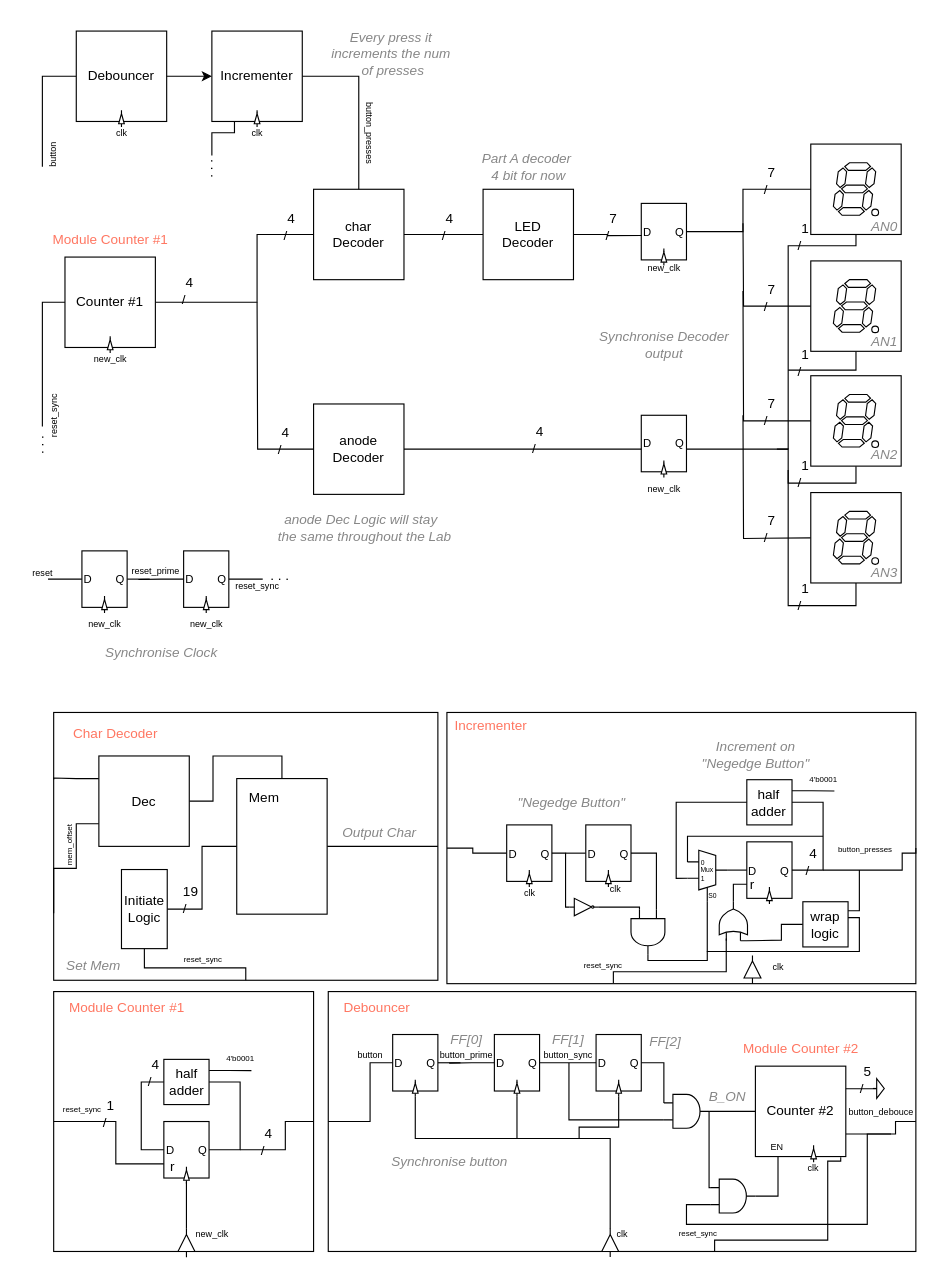
Above: Lab1/DataFlow/PART_C.drawio in PANAGIVTHS/Vivado-Projects (draw.io), before the change. Source tidied: cells renumbered, new cells numbered last; positions are measured from the earlier drawing's top-left corner, leaving out a move shared by most shapes. Both pictures are drawn from the tidied source at 113%, with x=0, y=0 at pixel (19, 19).
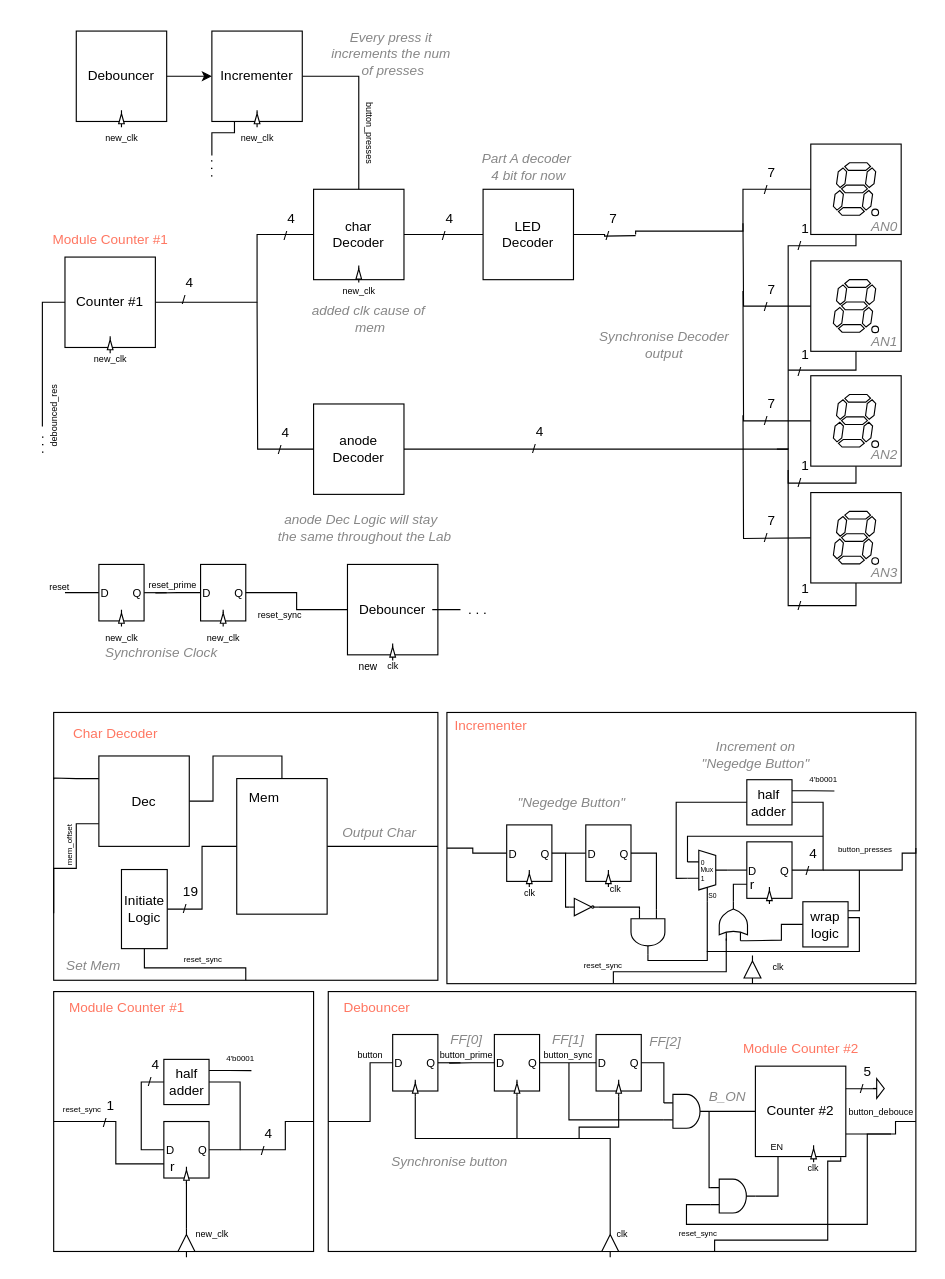
The same page after the edit.

Unchanged cells that the change refers to:
```xml
<mxCell id="16" value="LED&lt;br&gt;Decoder" style="rounded=0;whiteSpace=wrap;html=1;" parent="1" vertex="1">
  <mxGeometry x="410" y="150" width="80" height="80" as="geometry" />
</mxCell>
<mxCell id="19" style="whiteSpace=wrap;html=1;" parent="17" vertex="1">
  <mxGeometry width="80" height="80" as="geometry" />
</mxCell>
```

What changed in the source:
```diff
@@
-    <mxCell id="36" style="edgeStyle=orthogonalEdgeStyle;rounded=0;jettySize=auto;html=1;exitX=0;exitY=0.5;exitDx=0;exitDy=0;entryX=1;entryY=0.5;entryDx=0;entryDy=0;endArrow=none;endFill=0;" parent="1" edge="1" source="19" target="39">
+    <mxCell id="36" style="edgeStyle=orthogonalEdgeStyle;rounded=0;jettySize=auto;html=1;exitX=0;exitY=0.5;exitDx=0;exitDy=0;endArrow=none;endFill=0;" parent="1" edge="1" source="19">
       <mxGeometry relative="1" as="geometry">
+        <mxPoint x="545" y="190" as="targetPoint" />
         <Array as="points">
           <mxPoint x="640" y="150" />
           <mxPoint x="640" y="187" />
         </Array>
       </mxGeometry>
     </mxCell>
@@
-    <mxCell id="38" style="group;" parent="1" vertex="1">
-      <mxGeometry x="550" y="162.5" width="40" height="55" as="geometry" />
-    </mxCell>
-    <mxCell id="39" value="&lt;font style=&quot;font-size: 10px;&quot;&gt;D&lt;/font&gt;&lt;font style=&quot;&quot;&gt;&lt;span style=&quot;font-size: 11px;&quot;&gt;&amp;nbsp; &amp;nbsp; &amp;nbsp; &lt;/span&gt;&lt;font style=&quot;font-size: 10px;&quot;&gt;&amp;nbsp;Q&lt;/font&gt;&lt;/font&gt;" style="rounded=0;whiteSpace=wrap;html=1;" parent="38" vertex="1">
-      <mxGeometry width="40" height="50" as="geometry" />
-    </mxCell>
-    <mxCell id="40" style="verticalLabelPosition=bottom;shadow=0;dashed=0;align=center;html=1;verticalAlign=top;shape=mxgraph.electrical.logic_gates.buffer2;direction=north;" parent="38" vertex="1">
-      <mxGeometry x="17.5" y="40" width="5" height="15" as="geometry" />
-    </mxCell>
-    <mxCell id="41" style="edgeStyle=orthogonalEdgeStyle;rounded=0;jettySize=auto;html=1;exitX=1;exitY=0.5;exitDx=0;exitDy=0;entryX=0.009;entryY=0.569;entryDx=0;entryDy=0;entryPerimeter=0;endArrow=none;endFill=0;" parent="1" edge="1" source="16" target="39">
-      <mxGeometry relative="1" as="geometry" />
+    <mxCell id="41" style="edgeStyle=orthogonalEdgeStyle;rounded=0;jettySize=auto;html=1;exitX=1;exitY=0.5;exitDx=0;exitDy=0;endArrow=none;endFill=0;" parent="1" edge="1" source="16">
+      <mxGeometry relative="1" as="geometry">
+        <mxPoint x="545" y="191" as="targetPoint" />
+      </mxGeometry>
     </mxCell>
-    <mxCell id="42" value="new_clk" style="text;html=1;align=center;verticalAlign=middle;strokeColor=none;fillColor=none;fontSize=8;" parent="1" vertex="1">
-      <mxGeometry x="545" y="210" width="50" height="20" as="geometry" />
-    </mxCell>
@@
-    <mxCell id="61" style="group;" parent="1" vertex="1">
-      <mxGeometry x="550" y="350" width="40" height="55" as="geometry" />
-    </mxCell>
-    <mxCell id="62" value="&lt;font style=&quot;font-size: 10px;&quot;&gt;D&lt;/font&gt;&lt;font style=&quot;&quot;&gt;&lt;span style=&quot;font-size: 11px;&quot;&gt;&amp;nbsp; &amp;nbsp; &amp;nbsp; &lt;/span&gt;&lt;font style=&quot;font-size: 10px;&quot;&gt;&amp;nbsp;Q&lt;/font&gt;&lt;/font&gt;" style="rounded=0;whiteSpace=wrap;html=1;" parent="61" vertex="1">
-      <mxGeometry width="40" height="50" as="geometry" />
-    </mxCell>
-    <mxCell id="63" style="verticalLabelPosition=bottom;shadow=0;dashed=0;align=center;html=1;verticalAlign=top;shape=mxgraph.electrical.logic_gates.buffer2;direction=north;" parent="61" vertex="1">
-      <mxGeometry x="17.5" y="40" width="5" height="15" as="geometry" />
-    </mxCell>
-    <mxCell id="64" value="new_clk" style="text;html=1;align=center;verticalAlign=middle;strokeColor=none;fillColor=none;fontSize=8;" parent="1" vertex="1">
-      <mxGeometry x="545" y="405" width="50" height="20" as="geometry" />
-    </mxCell>
-    <mxCell id="65" style="group;" parent="1" vertex="1">
-      <mxGeometry x="55" y="470" width="40" height="55" as="geometry" />
-    </mxCell>
-    <mxCell id="66" style="edgeStyle=orthogonalEdgeStyle;rounded=0;jettySize=auto;html=1;exitX=0;exitY=0.5;exitDx=0;exitDy=0;endArrow=none;endFill=0;" parent="65" edge="1" source="68">
-      <mxGeometry relative="1" as="geometry">
-        <mxPoint x="-30" y="25.3" as="targetPoint" />
-      </mxGeometry>
-    </mxCell>
-    <mxCell id="67" style="edgeStyle=orthogonalEdgeStyle;rounded=0;jettySize=auto;html=1;exitX=1;exitY=0.5;exitDx=0;exitDy=0;endArrow=none;endFill=0;" parent="65" edge="1" source="68">
-      <mxGeometry relative="1" as="geometry">
-        <mxPoint x="60" y="25.3" as="targetPoint" />
-      </mxGeometry>
-    </mxCell>
-    <mxCell id="68" value="&lt;font style=&quot;font-size: 10px;&quot;&gt;D&lt;/font&gt;&lt;font style=&quot;&quot;&gt;&lt;span style=&quot;font-size: 11px;&quot;&gt;&amp;nbsp; &amp;nbsp; &amp;nbsp; &lt;/span&gt;&lt;font style=&quot;font-size: 10px;&quot;&gt;&amp;nbsp;Q&lt;/font&gt;&lt;/font&gt;" style="rounded=0;whiteSpace=wrap;html=1;" parent="65" vertex="1">
-      <mxGeometry width="40" height="50" as="geometry" />
-    </mxCell>
-    <mxCell id="69" style="verticalLabelPosition=bottom;shadow=0;dashed=0;align=center;html=1;verticalAlign=top;shape=mxgraph.electrical.logic_gates.buffer2;direction=north;" parent="65" vertex="1">
-      <mxGeometry x="17.5" y="40" width="5" height="15" as="geometry" />
-    </mxCell>
-    <mxCell id="70" style="group;" parent="1" vertex="1">
-      <mxGeometry x="135" y="470" width="40" height="55" as="geometry" />
-    </mxCell>
-    <mxCell id="71" style="edgeStyle=orthogonalEdgeStyle;rounded=0;jettySize=auto;html=1;exitX=0;exitY=0.5;exitDx=0;exitDy=0;endArrow=none;endFill=0;" parent="70" edge="1" source="74">
-      <mxGeometry relative="1" as="geometry">
-        <mxPoint x="-30" y="25.3" as="targetPoint" />
-      </mxGeometry>
-    </mxCell>
-    <mxCell id="72" style="edgeStyle=orthogonalEdgeStyle;rounded=0;jettySize=auto;html=1;exitX=1;exitY=0.5;exitDx=0;exitDy=0;endArrow=none;endFill=0;" parent="70" edge="1" source="74">
-      <mxGeometry relative="1" as="geometry">
-        <mxPoint x="80" y="25" as="targetPoint" />
-      </mxGeometry>
-    </mxCell>
-    <mxCell id="73" style="group;" parent="70" vertex="1">
-      <mxGeometry width="40" height="55" as="geometry" />
-    </mxCell>
-    <mxCell id="74" value="&lt;font style=&quot;font-size: 10px;&quot;&gt;D&lt;/font&gt;&lt;font style=&quot;&quot;&gt;&lt;span style=&quot;font-size: 11px;&quot;&gt;&amp;nbsp; &amp;nbsp; &amp;nbsp; &lt;/span&gt;&lt;font style=&quot;font-size: 10px;&quot;&gt;&amp;nbsp;Q&lt;/font&gt;&lt;/font&gt;" style="rounded=0;whiteSpace=wrap;html=1;" parent="73" vertex="1">
-      <mxGeometry x="10" width="40" height="50" as="geometry" />
-    </mxCell>
-    <mxCell id="75" style="verticalLabelPosition=bottom;shadow=0;dashed=0;align=center;html=1;verticalAlign=top;shape=mxgraph.electrical.logic_gates.buffer2;direction=north;" parent="73" vertex="1">
-      <mxGeometry x="27.5" y="40" width="5" height="15" as="geometry" />
-    </mxCell>
-    <mxCell id="76" value="new_clk" style="text;html=1;align=center;verticalAlign=middle;strokeColor=none;fillColor=none;fontSize=8;" parent="1" vertex="1">
-      <mxGeometry x="50" y="525" width="50" height="20" as="geometry" />
-    </mxCell>
-    <mxCell id="77" value="new_clk" style="text;html=1;align=center;verticalAlign=middle;strokeColor=none;fillColor=none;fontSize=8;" parent="1" vertex="1">
-      <mxGeometry x="140" y="525" width="50" height="20" as="geometry" />
-    </mxCell>
-    <mxCell id="78" value="reset" style="text;html=1;align=center;verticalAlign=middle;strokeColor=none;fillColor=none;fontSize=8;" parent="1" vertex="1">
-      <mxGeometry y="480" width="40" height="20" as="geometry" />
-    </mxCell>
-    <mxCell id="79" value="reset_prime" style="text;html=1;align=center;verticalAlign=middle;strokeColor=none;fillColor=none;fontSize=8;" parent="1" vertex="1">
-      <mxGeometry x="85" y="478" width="70" height="20" as="geometry" />
-    </mxCell>
-    <mxCell id="80" value="reset_sync" style="text;html=1;align=center;verticalAlign=middle;strokeColor=none;fillColor=none;fontSize=8;" parent="1" vertex="1">
-      <mxGeometry x="180" y="491" width="60" height="20" as="geometry" />
-    </mxCell>
@@
-    <mxCell id="99" value="reset_sync" style="text;html=1;align=center;verticalAlign=middle;strokeColor=none;fillColor=none;fontSize=8;rotation=-90;" parent="1" vertex="1">
-      <mxGeometry y="341" width="60" height="20" as="geometry" />
+    <mxCell id="99" value="debounced_res" style="text;html=1;align=center;verticalAlign=middle;strokeColor=none;fillColor=none;fontSize=8;rotation=-90;" parent="1" vertex="1">
+      <mxGeometry x="-10" y="341" width="80" height="20" as="geometry" />
     </mxCell>
-    <mxCell id="100" value=". . ." style="text;html=1;align=center;verticalAlign=middle;points=[];strokeColor=none;fillColor=none;" parent="1" vertex="1">
-      <mxGeometry x="210" y="477" width="40" height="30" as="geometry" />
-    </mxCell>
@@
-    <mxCell id="147" style="group;" parent="1" vertex="1">
-      <mxGeometry x="50" y="10" width="80" height="100" as="geometry" />
-    </mxCell>
-    <mxCell id="148" style="edgeStyle=orthogonalEdgeStyle;rounded=0;jettySize=auto;html=1;exitX=0;exitY=0.5;exitDx=0;exitDy=0;endArrow=none;endFill=0;" parent="147" edge="1" source="149">
-      <mxGeometry relative="1" as="geometry">
-        <mxPoint x="-30" y="120" as="targetPoint" />
-        <Array as="points">
-          <mxPoint x="-30" y="40" />
-        </Array>
-      </mxGeometry>
-    </mxCell>
-    <mxCell id="149" value="Debouncer" style="rounded=0;whiteSpace=wrap;html=1;" parent="147" vertex="1">
-      <mxGeometry width="80" height="80" as="geometry" />
-    </mxCell>
-    <mxCell id="150" value="clk" style="text;html=1;align=center;verticalAlign=middle;strokeColor=none;fillColor=none;fontSize=8;" parent="147" vertex="1">
-      <mxGeometry x="25" y="80" width="30" height="20" as="geometry" />
-    </mxCell>
-    <mxCell id="151" style="verticalLabelPosition=bottom;shadow=0;dashed=0;align=center;html=1;verticalAlign=top;shape=mxgraph.electrical.logic_gates.buffer2;direction=north;" parent="147" vertex="1">
-      <mxGeometry x="37.5" y="70" width="5" height="15" as="geometry" />
-    </mxCell>
@@
-    <mxCell id="182" style="group;" parent="1" vertex="1">
-      <mxGeometry x="170" y="10" width="80" height="100" as="geometry" />
-    </mxCell>
-    <mxCell id="183" value="Incrementer" style="rounded=0;whiteSpace=wrap;html=1;" parent="182" vertex="1">
-      <mxGeometry width="80" height="80" as="geometry" />
-    </mxCell>
-    <mxCell id="184" value="clk" style="text;html=1;align=center;verticalAlign=middle;strokeColor=none;fillColor=none;fontSize=8;" parent="182" vertex="1">
-      <mxGeometry x="25" y="80" width="30" height="20" as="geometry" />
-    </mxCell>
-    <mxCell id="185" style="verticalLabelPosition=bottom;shadow=0;dashed=0;align=center;html=1;verticalAlign=top;shape=mxgraph.electrical.logic_gates.buffer2;direction=north;" parent="182" vertex="1">
-      <mxGeometry x="37.5" y="70" width="5" height="15" as="geometry" />
-    </mxCell>
@@
-    <mxCell id="190" value="button" style="text;html=1;align=center;verticalAlign=middle;strokeColor=none;fillColor=none;fontSize=8;rotation=-90;" parent="1" vertex="1">
-      <mxGeometry x="5" y="110" width="50" height="20" as="geometry" />
-    </mxCell>
@@
+    <mxCell id="222" style="group;" parent="1" vertex="1">
+      <mxGeometry x="70" y="482" width="40" height="55" as="geometry" />
+    </mxCell>
+    <mxCell id="223" style="edgeStyle=orthogonalEdgeStyle;rounded=0;jettySize=auto;html=1;exitX=0;exitY=0.5;exitDx=0;exitDy=0;endArrow=none;endFill=0;" parent="222" edge="1" source="225">
+      <mxGeometry relative="1" as="geometry">
+        <mxPoint x="-30" y="25.3" as="targetPoint" />
+      </mxGeometry>
+    </mxCell>
+    <mxCell id="224" style="edgeStyle=orthogonalEdgeStyle;rounded=0;jettySize=auto;html=1;exitX=1;exitY=0.5;exitDx=0;exitDy=0;endArrow=none;endFill=0;" parent="222" edge="1" source="225">
+      <mxGeometry relative="1" as="geometry">
+        <mxPoint x="60" y="25.3" as="targetPoint" />
+      </mxGeometry>
+    </mxCell>
+    <mxCell id="225" value="&lt;font style=&quot;font-size: 10px;&quot;&gt;D&lt;/font&gt;&lt;font style=&quot;&quot;&gt;&lt;span style=&quot;font-size: 11px;&quot;&gt;&amp;nbsp; &amp;nbsp; &amp;nbsp; &lt;/span&gt;&lt;font style=&quot;font-size: 10px;&quot;&gt;&amp;nbsp;Q&lt;/font&gt;&lt;/font&gt;" style="rounded=0;whiteSpace=wrap;html=1;" parent="222" vertex="1">
+      <mxGeometry width="40" height="50" as="geometry" />
+    </mxCell>
+    <mxCell id="226" style="verticalLabelPosition=bottom;shadow=0;dashed=0;align=center;html=1;verticalAlign=top;shape=mxgraph.electrical.logic_gates.buffer2;direction=north;" parent="222" vertex="1">
+      <mxGeometry x="17.5" y="40" width="5" height="15" as="geometry" />
+    </mxCell>
+    <mxCell id="227" style="group;" parent="1" vertex="1">
+      <mxGeometry x="150" y="482" width="40" height="55" as="geometry" />
+    </mxCell>
+    <mxCell id="228" style="edgeStyle=orthogonalEdgeStyle;rounded=0;jettySize=auto;html=1;exitX=0;exitY=0.5;exitDx=0;exitDy=0;endArrow=none;endFill=0;" parent="227" edge="1" source="74">
+      <mxGeometry relative="1" as="geometry">
+        <mxPoint x="-30" y="25.3" as="targetPoint" />
+      </mxGeometry>
+    </mxCell>
+    <mxCell id="73" style="group;" parent="227" vertex="1">
+      <mxGeometry width="40" height="55" as="geometry" />
+    </mxCell>
+    <mxCell id="74" value="&lt;font style=&quot;font-size: 10px;&quot;&gt;D&lt;/font&gt;&lt;font style=&quot;&quot;&gt;&lt;span style=&quot;font-size: 11px;&quot;&gt;&amp;nbsp; &amp;nbsp; &amp;nbsp; &lt;/span&gt;&lt;font style=&quot;font-size: 10px;&quot;&gt;&amp;nbsp;Q&lt;/font&gt;&lt;/font&gt;" style="rounded=0;whiteSpace=wrap;html=1;" parent="73" vertex="1">
+      <mxGeometry x="10" width="40" height="50" as="geometry" />
+    </mxCell>
+    <mxCell id="75" style="verticalLabelPosition=bottom;shadow=0;dashed=0;align=center;html=1;verticalAlign=top;shape=mxgraph.electrical.logic_gates.buffer2;direction=north;" parent="73" vertex="1">
+      <mxGeometry x="27.5" y="40" width="5" height="15" as="geometry" />
+    </mxCell>
+    <mxCell id="229" value="new_clk" style="text;html=1;align=center;verticalAlign=middle;strokeColor=none;fillColor=none;fontSize=8;" parent="1" vertex="1">
+      <mxGeometry x="65" y="537" width="50" height="20" as="geometry" />
+    </mxCell>
+    <mxCell id="230" value="new_clk" style="text;html=1;align=center;verticalAlign=middle;strokeColor=none;fillColor=none;fontSize=8;" parent="1" vertex="1">
+      <mxGeometry x="155" y="537" width="50" height="20" as="geometry" />
+    </mxCell>
+    <mxCell id="78" value="reset" style="text;html=1;align=center;verticalAlign=middle;strokeColor=none;fillColor=none;fontSize=8;" parent="1" vertex="1">
+      <mxGeometry x="15" y="492" width="40" height="20" as="geometry" />
+    </mxCell>
+    <mxCell id="79" value="reset_prime" style="text;html=1;align=center;verticalAlign=middle;strokeColor=none;fillColor=none;fontSize=8;" parent="1" vertex="1">
+      <mxGeometry x="100" y="490" width="70" height="20" as="geometry" />
+    </mxCell>
+    <mxCell id="80" value="reset_sync" style="text;html=1;align=center;verticalAlign=middle;strokeColor=none;fillColor=none;fontSize=8;" parent="1" vertex="1">
+      <mxGeometry x="200" y="517" width="60" height="20" as="geometry" />
+    </mxCell>
+    <mxCell id="100" value=". . ." style="text;html=1;align=center;verticalAlign=middle;points=[];strokeColor=none;fillColor=none;" parent="1" vertex="1">
+      <mxGeometry x="385" y="507" width="40" height="30" as="geometry" />
+    </mxCell>
+    <mxCell id="231" style="group;" parent="1" vertex="1">
+      <mxGeometry x="290" y="482" width="80" height="105" as="geometry" />
+    </mxCell>
+    <mxCell id="232" value="Debouncer" style="rounded=0;whiteSpace=wrap;html=1;" parent="231" vertex="1">
+      <mxGeometry width="80" height="80" as="geometry" />
+    </mxCell>
+    <mxCell id="233" value="clk" style="text;html=1;align=center;verticalAlign=middle;strokeColor=none;fillColor=none;fontSize=8;" parent="231" vertex="1">
+      <mxGeometry x="25" y="80" width="30" height="20" as="geometry" />
+    </mxCell>
+    <mxCell id="234" style="verticalLabelPosition=bottom;shadow=0;dashed=0;align=center;html=1;verticalAlign=top;shape=mxgraph.electrical.logic_gates.buffer2;direction=north;" parent="231" vertex="1">
+      <mxGeometry x="37.5" y="70" width="5" height="15" as="geometry" />
+    </mxCell>
+    <mxCell id="235" value="&lt;font style=&quot;font-size: 9px;&quot;&gt;new&lt;/font&gt;" style="text;html=1;align=center;verticalAlign=middle;strokeColor=none;fillColor=none;" parent="231" vertex="1">
+      <mxGeometry x="-2.5" y="75" width="40" height="30" as="geometry" />
+    </mxCell>
+    <mxCell id="236" style="edgeStyle=orthogonalEdgeStyle;rounded=0;jettySize=auto;html=1;exitX=1;exitY=0.5;exitDx=0;exitDy=0;endArrow=none;endFill=0;entryX=0;entryY=0.5;entryDx=0;entryDy=0;" parent="1" edge="1" source="74" target="232">
+      <mxGeometry relative="1" as="geometry" />
+    </mxCell>
+    <mxCell id="237" style="edgeStyle=orthogonalEdgeStyle;rounded=0;jettySize=auto;html=1;exitX=1;exitY=0.5;exitDx=0;exitDy=0;endArrow=none;endFill=0;" parent="1" edge="1" source="232" target="100">
+      <mxGeometry relative="1" as="geometry" />
+    </mxCell>
+    <mxCell id="238" style="verticalLabelPosition=bottom;shadow=0;dashed=0;align=center;html=1;verticalAlign=top;shape=mxgraph.electrical.logic_gates.buffer2;direction=north;" parent="1" vertex="1">
+      <mxGeometry x="297.5" y="217.5" width="5" height="15" as="geometry" />
+    </mxCell>
+    <mxCell id="239" value="new_clk" style="text;html=1;align=center;verticalAlign=middle;strokeColor=none;fillColor=none;fontSize=8;" parent="1" vertex="1">
+      <mxGeometry x="275" y="230" width="50" height="20" as="geometry" />
+    </mxCell>
+    <mxCell id="149" value="Debouncer" style="rounded=0;whiteSpace=wrap;html=1;" parent="1" vertex="1">
+      <mxGeometry x="50" y="10" width="80" height="80" as="geometry" />
+    </mxCell>
+    <mxCell id="151" style="verticalLabelPosition=bottom;shadow=0;dashed=0;align=center;html=1;verticalAlign=top;shape=mxgraph.electrical.logic_gates.buffer2;direction=north;" parent="1" vertex="1">
+      <mxGeometry x="87.5" y="80" width="5" height="15" as="geometry" />
+    </mxCell>
+    <mxCell id="183" value="Incrementer" style="rounded=0;whiteSpace=wrap;html=1;" parent="1" vertex="1">
+      <mxGeometry x="170" y="10" width="80" height="80" as="geometry" />
+    </mxCell>
+    <mxCell id="185" style="verticalLabelPosition=bottom;shadow=0;dashed=0;align=center;html=1;verticalAlign=top;shape=mxgraph.electrical.logic_gates.buffer2;direction=north;" parent="1" vertex="1">
+      <mxGeometry x="207.5" y="80" width="5" height="15" as="geometry" />
+    </mxCell>
+    <mxCell id="240" value="new_clk" style="text;html=1;align=center;verticalAlign=middle;strokeColor=none;fillColor=none;fontSize=8;" parent="1" vertex="1">
+      <mxGeometry x="185" y="95" width="50" height="20" as="geometry" />
+    </mxCell>
+    <mxCell id="241" value="new_clk" style="text;html=1;align=center;verticalAlign=middle;strokeColor=none;fillColor=none;fontSize=8;" parent="1" vertex="1">
+      <mxGeometry x="65" y="95" width="50" height="20" as="geometry" />
+    </mxCell>
+    <mxCell id="242" value="&lt;font color=&quot;#878787&quot;&gt;&lt;i&gt;added clk cause of&amp;nbsp;&lt;br&gt;mem&lt;/i&gt;&lt;/font&gt;" style="text;html=1;align=center;verticalAlign=middle;strokeColor=none;fillColor=none;" parent="1" vertex="1">
+      <mxGeometry x="245" y="245" width="130" height="40" as="geometry" />
+    </mxCell>
```
